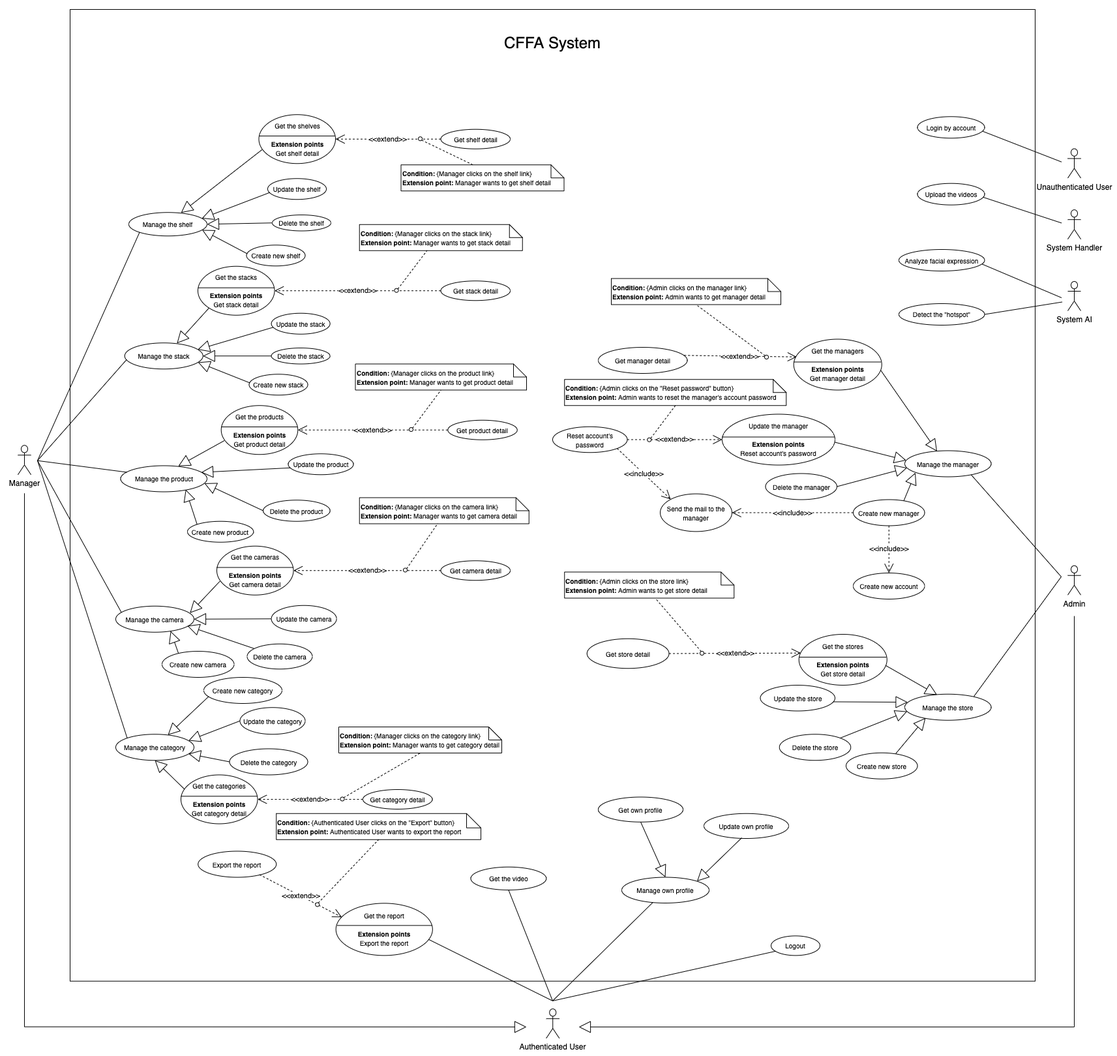
Above: Users/HuuDN/UsecaseDiagram/UsecaseOverview.png in luannmdev/CapstoneDocument (draw.io), before the change. Source tidied: cells renumbered, new cells last; positions are measured from the earlier drawing's top-left corner, leaving out a move shared by most shapes.
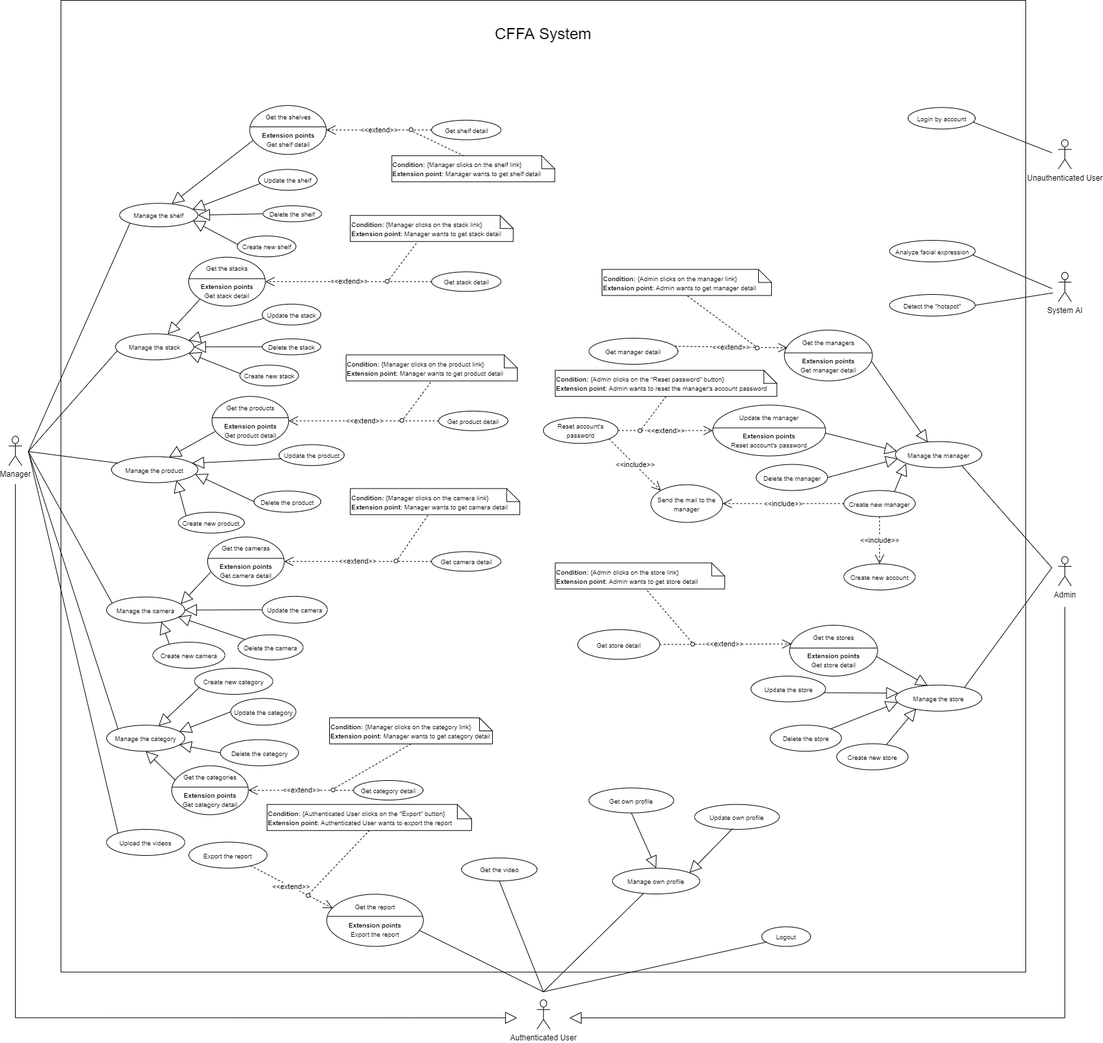
The same diagram one commit later.

What changed in the source:
```diff
@@ -460,17 +460,9 @@
     <mxCell id="140" style="ellipse;whiteSpace=wrap;html=1;" parent="1" vertex="1">
       <mxGeometry x="965.2" y="656.8" width="6" height="6" as="geometry" />
     </mxCell>
-    <mxCell id="141" value="System Handler" style="shape=umlActor;verticalLabelPosition=bottom;verticalAlign=top;html=1;" parent="1" vertex="1">
-      <mxGeometry x="1610" y="307.2" width="20" height="45" as="geometry" />
-    </mxCell>
     <mxCell id="142" value="&lt;span style=&quot;font-size: 10px&quot;&gt;Upload the videos&lt;/span&gt;" style="ellipse;whiteSpace=wrap;html=1;fillColor=#ffffff;gradientColor=none;" parent="1" vertex="1">
-      <mxGeometry x="1379.5" y="266.7" width="103" height="33" as="geometry" />
+      <mxGeometry x="150" y="1271" width="120" height="40" as="geometry" />
     </mxCell>
-    <mxCell id="143" style="endArrow=none;html=1;rounded=0;exitX=0.976;exitY=0.64;exitDx=0;exitDy=0;exitPerimeter=0;" parent="1" edge="1" source="142">
-      <mxGeometry relative="1" as="geometry">
-        <mxPoint x="1600.5" y="327.4" as="targetPoint" />
-      </mxGeometry>
-    </mxCell>
     <mxCell id="144" value="&lt;font style=&quot;font-size: 10px&quot;&gt;Get the categories&lt;br&gt;&lt;br&gt;&lt;b&gt;Extension points&lt;/b&gt;&lt;br&gt;Get category detail&lt;br&gt;&lt;/font&gt;" style="ellipse;whiteSpace=wrap;html=1;" parent="1" vertex="1">
       <mxGeometry x="250" y="1173.5" width="117.5" height="75" as="geometry" />
     </mxCell>
@@ -524,5 +516,10 @@
     <mxCell id="160" style="endArrow=block;endSize=16;endFill=0;html=1;entryX=0.5;entryY=0;entryDx=0;entryDy=0;exitX=0.5;exitY=1;exitDx=0;exitDy=0;" parent="1" edge="1" source="158" target="131">
       <mxGeometry relative="1" as="geometry" />
     </mxCell>
+    <mxCell id="161" style="endArrow=none;html=1;rounded=0;entryX=0;entryY=0;entryDx=0;entryDy=0;" parent="1" edge="1" target="142">
+      <mxGeometry relative="1" as="geometry">
+        <mxPoint x="30" y="691" as="sourcePoint" />
+      </mxGeometry>
+    </mxCell>
   </root>
 </mxGraphModel>
```
